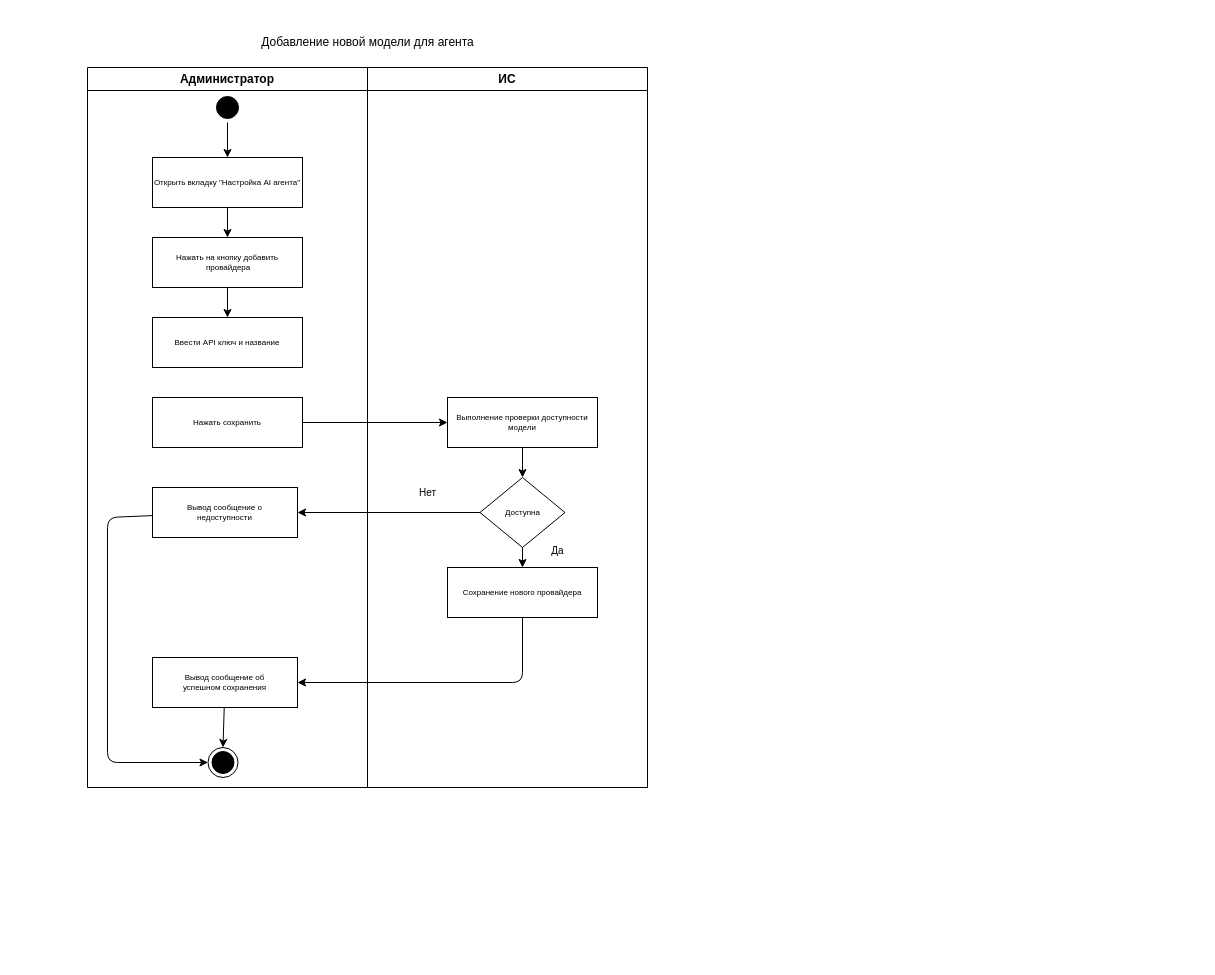
snowfallite/trpo keeps this draw.io diagram as activity.drawio. Above is the earlier version. Source tidied: cells renumbered, new cells numbered last; positions are measured from the earlier drawing's top-left corner, leaving out a move shared by most shapes. Both pictures are drawn from the tidied source at 100%, with x=0, y=0 at pixel (87, 27).
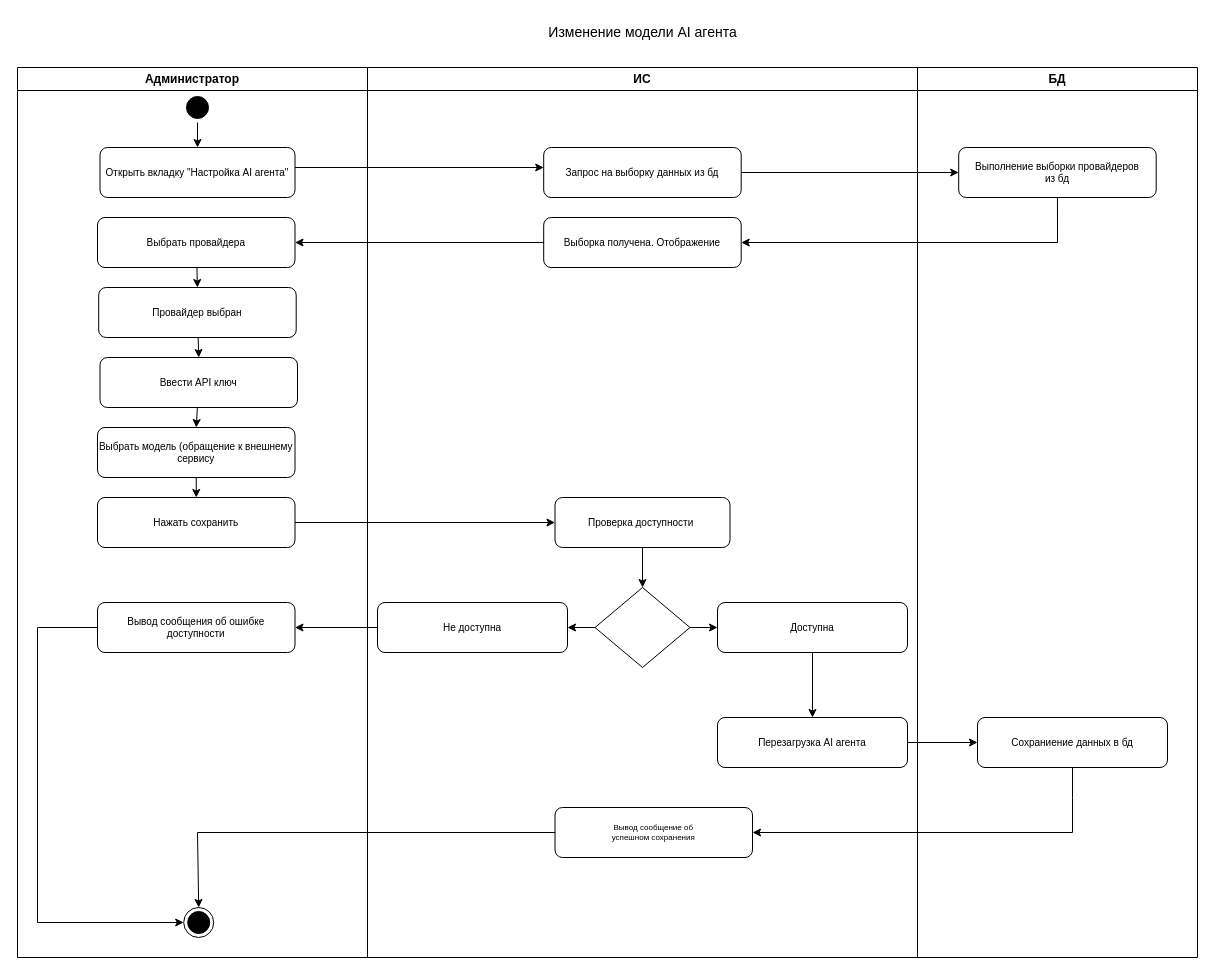
Above is the later version.

The edit, as a diff of the source:
```diff
@@
     <mxCell id="2" value="Администратор" style="swimlane;whiteSpace=wrap;" parent="1" vertex="1">
-      <mxGeometry y="40" width="280" height="720" as="geometry" />
+      <mxGeometry x="-70" y="40" width="350" height="890" as="geometry" />
     </mxCell>
-    <mxCell id="3" style="edgeStyle=none;html=1;exitX=0.5;exitY=1;exitDx=0;exitDy=0;entryX=0.5;entryY=0;entryDx=0;entryDy=0;" parent="2" edge="1" source="4" target="6">
-      <mxGeometry relative="1" as="geometry" />
+    <mxCell id="3" style="edgeStyle=none;html=1;exitX=0.5;exitY=1;exitDx=0;exitDy=0;entryX=0.5;entryY=0;entryDx=0;entryDy=0;" parent="2" edge="1" target="6">
+      <mxGeometry relative="1" as="geometry">
+        <mxPoint x="180" y="55" as="sourcePoint" />
+      </mxGeometry>
     </mxCell>
     <mxCell id="4" style="ellipse;shape=startState;fillColor=#000000;strokeColor=#000000;" parent="2" vertex="1">
-      <mxGeometry x="125" y="25" width="30" height="30" as="geometry" />
+      <mxGeometry x="165" y="25" width="30" height="30" as="geometry" />
     </mxCell>
-    <mxCell id="5" style="edgeStyle=none;html=1;exitX=0.5;exitY=1;exitDx=0;exitDy=0;entryX=0.5;entryY=0;entryDx=0;entryDy=0;" parent="2" edge="1" source="6" target="8">
-      <mxGeometry relative="1" as="geometry" />
-    </mxCell>
-    <mxCell id="6" value="Открыть вкладку &quot;Настройка AI агента&quot;" style="fontSize=8;" parent="2" vertex="1">
-      <mxGeometry x="65" y="90" width="150" height="50" as="geometry" />
+    <mxCell id="6" value="Открыть вкладку &quot;Настройка AI агента&quot;" style="fontSize=10;rounded=1;" parent="2" vertex="1">
+      <mxGeometry x="82.5" y="80" width="195" height="50" as="geometry" />
     </mxCell>
-    <mxCell id="7" style="edgeStyle=none;html=1;exitX=0.5;exitY=1;exitDx=0;exitDy=0;entryX=0.5;entryY=0;entryDx=0;entryDy=0;" parent="2" edge="1" source="8" target="9">
-      <mxGeometry relative="1" as="geometry" />
-    </mxCell>
+    <mxCell id="28" style="edgeStyle=none;html=1;entryX=0.5;entryY=0;entryDx=0;entryDy=0;" parent="2" edge="1" source="8" target="35">
+      <mxGeometry relative="1" as="geometry" />
+    </mxCell>
-    <mxCell id="8" value="Нажать на кнопку добавить&#10; провайдера" style="fontSize=8;" parent="2" vertex="1">
-      <mxGeometry x="65" y="170" width="150" height="50" as="geometry" />
+    <mxCell id="8" value="Выбрать провайдера" style="fontSize=10;rounded=1;" parent="2" vertex="1">
+      <mxGeometry x="80" y="150" width="197.5" height="50" as="geometry" />
     </mxCell>
+    <mxCell id="29" style="edgeStyle=none;html=1;entryX=0.5;entryY=0;entryDx=0;entryDy=0;" parent="2" edge="1" source="9" target="31">
+      <mxGeometry relative="1" as="geometry" />
+    </mxCell>
-    <mxCell id="9" value="Ввести API ключ и название" style="fontSize=8;" parent="2" vertex="1">
-      <mxGeometry x="65" y="250" width="150" height="50" as="geometry" />
+    <mxCell id="9" value="Ввести API ключ" style="fontSize=10;rounded=1;" parent="2" vertex="1">
+      <mxGeometry x="82.5" y="290" width="197.5" height="50" as="geometry" />
     </mxCell>
+    <mxCell id="12" style="ellipse;shape=endState;fillColor=#000000;strokeColor=#000000;" parent="2" vertex="1">
+      <mxGeometry x="166.2" y="840" width="30" height="30" as="geometry" />
+    </mxCell>
+    <mxCell id="30" style="edgeStyle=none;html=1;entryX=0.5;entryY=0;entryDx=0;entryDy=0;" parent="2" edge="1" source="31" target="13">
+      <mxGeometry relative="1" as="geometry" />
+    </mxCell>
+    <mxCell id="31" value="Выбрать модель (обращение к внешнему&#10;сервису" style="fontSize=10;rounded=1;" parent="2" vertex="1">
+      <mxGeometry x="80" y="360" width="197.5" height="50" as="geometry" />
+    </mxCell>
+    <mxCell id="13" value="Нажать сохранить" style="fontSize=10;rounded=1;" parent="2" vertex="1">
+      <mxGeometry x="80" y="430" width="197.5" height="50" as="geometry" />
+    </mxCell>
+    <mxCell id="32" style="edgeStyle=none;html=1;entryX=0;entryY=0.5;entryDx=0;entryDy=0;rounded=0;curved=0;" parent="2" edge="1" source="33" target="12">
+      <mxGeometry relative="1" as="geometry">
+        <Array as="points">
+          <mxPoint x="20" y="560" />
+          <mxPoint x="20" y="855" />
+        </Array>
+      </mxGeometry>
+    </mxCell>
+    <mxCell id="33" value="Вывод сообщения об ошибке&#10;доступности" style="fontSize=10;rounded=1;" parent="2" vertex="1">
+      <mxGeometry x="80" y="535" width="197.5" height="50" as="geometry" />
+    </mxCell>
+    <mxCell id="34" style="edgeStyle=none;html=1;entryX=0.5;entryY=0;entryDx=0;entryDy=0;" parent="2" edge="1" source="35" target="9">
+      <mxGeometry relative="1" as="geometry" />
+    </mxCell>
+    <mxCell id="35" value="Провайдер выбран" style="fontSize=10;rounded=1;" parent="2" vertex="1">
+      <mxGeometry x="81.2" y="220" width="197.5" height="50" as="geometry" />
+    </mxCell>
+    <mxCell id="16" value="БД" style="swimlane;whiteSpace=wrap;" parent="1" vertex="1">
+      <mxGeometry x="830" y="40" width="280" height="890" as="geometry" />
+    </mxCell>
+    <mxCell id="21" value="Сохраниение данных в бд" style="fontSize=10;rounded=1;" parent="16" vertex="1">
+      <mxGeometry x="60" y="650" width="190" height="50" as="geometry" />
+    </mxCell>
+    <mxCell id="36" value="Выполнение выборки провайдеров&#10;из бд" style="fontSize=10;rounded=1;" parent="16" vertex="1">
+      <mxGeometry x="41.2" y="80" width="197.5" height="50" as="geometry" />
+    </mxCell>
+    <mxCell id="23" value="&lt;font style=&quot;font-size: 14px;&quot;&gt;Изменение модели AI агента&lt;/font&gt;" style="text;html=1;align=center;verticalAlign=middle;strokeColor=none;fillColor=none;" parent="1" vertex="1">
+      <mxGeometry x="450" y="-10" width="210" height="30" as="geometry" />
+    </mxCell>
+    <mxCell id="37" value="ИС" style="swimlane;whiteSpace=wrap;" parent="1" vertex="1">
+      <mxGeometry x="280" y="40" width="550" height="890" as="geometry" />
+    </mxCell>
+    <mxCell id="38" style="edgeStyle=none;html=1;entryX=0.5;entryY=0;entryDx=0;entryDy=0;" parent="37" edge="1" source="39" target="42">
+      <mxGeometry relative="1" as="geometry" />
+    </mxCell>
+    <mxCell id="39" value="Проверка доступности " style="fontSize=10;rounded=1;" parent="37" vertex="1">
+      <mxGeometry x="187.5" y="430" width="175" height="50" as="geometry" />
+    </mxCell>
+    <mxCell id="40" style="edgeStyle=none;html=1;exitX=0;exitY=0.5;exitDx=0;exitDy=0;entryX=1;entryY=0.5;entryDx=0;entryDy=0;" parent="37" edge="1" source="42" target="44">
+      <mxGeometry relative="1" as="geometry" />
+    </mxCell>
+    <mxCell id="41" style="edgeStyle=none;html=1;entryX=0;entryY=0.5;entryDx=0;entryDy=0;" parent="37" edge="1" source="42" target="20">
+      <mxGeometry relative="1" as="geometry" />
+    </mxCell>
+    <mxCell id="42" style="rhombus;whiteSpace=wrap;html=1;" parent="37" vertex="1">
+      <mxGeometry x="227.5" y="520" width="95" height="80" as="geometry" />
+    </mxCell>
+    <mxCell id="43" style="edgeStyle=none;html=1;entryX=0.5;entryY=0;entryDx=0;entryDy=0;" parent="37" edge="1" source="20" target="45">
+      <mxGeometry relative="1" as="geometry" />
+    </mxCell>
+    <mxCell id="20" value="Доступна" style="fontSize=10;rounded=1;" parent="37" vertex="1">
+      <mxGeometry x="350" y="535" width="190" height="50" as="geometry" />
+    </mxCell>
+    <mxCell id="44" value="Не доступна" style="fontSize=10;rounded=1;" parent="37" vertex="1">
+      <mxGeometry x="10" y="535" width="190" height="50" as="geometry" />
+    </mxCell>
+    <mxCell id="45" value="Перезагрузка AI агента" style="fontSize=10;rounded=1;" parent="37" vertex="1">
+      <mxGeometry x="350" y="650" width="190" height="50" as="geometry" />
+    </mxCell>
-    <mxCell id="10" value="Вывод сообщение об&#10;успешном сохранения" style="fontSize=8;" parent="2" vertex="1">
-      <mxGeometry x="65" y="590" width="145" height="50" as="geometry" />
+    <mxCell id="10" value="Вывод сообщение об&#10;успешном сохранения" style="fontSize=8;rounded=1;" parent="37" vertex="1">
+      <mxGeometry x="187.5" y="740" width="197.5" height="50" as="geometry" />
     </mxCell>
+    <mxCell id="46" value="Запрос на выборку данных из бд" style="fontSize=10;rounded=1;" parent="37" vertex="1">
+      <mxGeometry x="176.2" y="80" width="197.5" height="50" as="geometry" />
+    </mxCell>
+    <mxCell id="47" value="Выборка получена. Отображение" style="fontSize=10;rounded=1;" parent="37" vertex="1">
+      <mxGeometry x="176.2" y="150" width="197.5" height="50" as="geometry" />
+    </mxCell>
+    <mxCell id="48" style="edgeStyle=none;html=1;entryX=0;entryY=0.5;entryDx=0;entryDy=0;" parent="37" edge="1">
+      <mxGeometry relative="1" as="geometry">
+        <mxPoint x="-72.5" y="100" as="sourcePoint" />
+        <mxPoint x="176.2" y="100" as="targetPoint" />
+      </mxGeometry>
+    </mxCell>
+    <mxCell id="49" style="edgeStyle=none;html=1;entryX=0;entryY=0.5;entryDx=0;entryDy=0;" parent="1" edge="1" source="13" target="39">
+      <mxGeometry relative="1" as="geometry" />
+    </mxCell>
+    <mxCell id="50" style="edgeStyle=none;html=1;entryX=1;entryY=0.5;entryDx=0;entryDy=0;" parent="1" edge="1" source="44" target="33">
+      <mxGeometry relative="1" as="geometry" />
+    </mxCell>
+    <mxCell id="51" style="edgeStyle=none;html=1;entryX=0;entryY=0.5;entryDx=0;entryDy=0;" parent="1" edge="1" source="45" target="21">
+      <mxGeometry relative="1" as="geometry" />
+    </mxCell>
-    <mxCell id="11" style="edgeStyle=none;html=1;entryX=0.5;entryY=0;entryDx=0;entryDy=0;" parent="2" edge="1" source="10" target="12">
-      <mxGeometry relative="1" as="geometry" />
+    <mxCell id="11" style="edgeStyle=none;html=1;entryX=0.5;entryY=0;entryDx=0;entryDy=0;rounded=0;curved=0;" parent="1" edge="1" source="10" target="12">
+      <mxGeometry relative="1" as="geometry">
+        <Array as="points">
+          <mxPoint x="110" y="805" />
+        </Array>
+      </mxGeometry>
     </mxCell>
-    <mxCell id="12" style="ellipse;shape=endState;fillColor=#000000;strokeColor=#000000;" parent="2" vertex="1">
-      <mxGeometry x="120.5" y="680" width="30" height="30" as="geometry" />
-    </mxCell>
-    <mxCell id="13" value="Нажать сохранить" style="fontSize=8;" parent="2" vertex="1">
-      <mxGeometry x="65" y="330" width="150" height="50" as="geometry" />
-    </mxCell>
-    <mxCell id="14" style="edgeStyle=none;html=1;entryX=0;entryY=0.5;entryDx=0;entryDy=0;" parent="2" edge="1" source="15" target="12">
-      <mxGeometry relative="1" as="geometry">
-        <Array as="points">
-          <mxPoint x="20" y="450" />
-          <mxPoint x="20" y="695" />
-        </Array>
-      </mxGeometry>
-    </mxCell>
-    <mxCell id="15" value="Вывод сообщение о&#10;недоступности" style="fontSize=8;" parent="2" vertex="1">
-      <mxGeometry x="65" y="420" width="145" height="50" as="geometry" />
-    </mxCell>
-    <mxCell id="16" value="ИС" style="swimlane;whiteSpace=wrap;" parent="1" vertex="1">
-      <mxGeometry x="280" y="40" width="280" height="720" as="geometry" />
-    </mxCell>
-    <mxCell id="17" style="edgeStyle=none;html=1;entryX=0.5;entryY=0;entryDx=0;entryDy=0;" parent="16" edge="1" source="18" target="20">
-      <mxGeometry relative="1" as="geometry" />
-    </mxCell>
-    <mxCell id="18" value="Выполнение проверки доступности&#10;модели" style="fontSize=8;" parent="16" vertex="1">
-      <mxGeometry x="80" y="330" width="150" height="50" as="geometry" />
-    </mxCell>
-    <mxCell id="19" style="edgeStyle=none;html=1;exitX=0.5;exitY=1;exitDx=0;exitDy=0;entryX=0.5;entryY=0;entryDx=0;entryDy=0;" parent="16" edge="1" source="20" target="21">
-      <mxGeometry relative="1" as="geometry" />
-    </mxCell>
-    <mxCell id="20" value="Доступна" style="rhombus;whiteSpace=wrap;html=1;fontSize=8;" parent="16" vertex="1">
-      <mxGeometry x="112.5" y="410" width="85" height="70" as="geometry" />
-    </mxCell>
-    <mxCell id="21" value="Сохранение нового провайдера" style="fontSize=8;" parent="16" vertex="1">
-      <mxGeometry x="80" y="500" width="150" height="50" as="geometry" />
-    </mxCell>
-    <mxCell id="22" value="Нет" style="text;html=1;align=center;verticalAlign=middle;strokeColor=none;fillColor=none;fontSize=10;" parent="16" vertex="1">
-      <mxGeometry x="40" y="410" width="40" height="30" as="geometry" />
-    </mxCell>
-    <mxCell id="23" value="Добавление новой модели для агента" style="text;html=1;align=center;verticalAlign=middle;strokeColor=none;fillColor=none;" parent="1" vertex="1">
-      <mxGeometry x="160" width="240" height="30" as="geometry" />
-    </mxCell>
-    <mxCell id="24" style="edgeStyle=none;html=1;exitX=1;exitY=0.5;exitDx=0;exitDy=0;entryX=0;entryY=0.5;entryDx=0;entryDy=0;" parent="1" edge="1" source="13" target="18">
-      <mxGeometry relative="1" as="geometry" />
-    </mxCell>
-    <mxCell id="25" style="edgeStyle=none;html=1;exitX=0.5;exitY=1;exitDx=0;exitDy=0;entryX=1;entryY=0.5;entryDx=0;entryDy=0;" parent="1" edge="1" source="21" target="10">
+    <mxCell id="25" style="edgeStyle=none;html=1;exitX=0.5;exitY=1;exitDx=0;exitDy=0;rounded=0;curved=0;entryX=1;entryY=0.5;entryDx=0;entryDy=0;" parent="1" edge="1" source="21" target="10">
       <mxGeometry relative="1" as="geometry">
         <Array as="points">
-          <mxPoint x="435" y="655" />
+          <mxPoint x="985" y="770" />
+          <mxPoint x="985" y="805" />
         </Array>
       </mxGeometry>
     </mxCell>
-    <mxCell id="26" style="edgeStyle=none;html=1;entryX=1;entryY=0.5;entryDx=0;entryDy=0;" parent="1" edge="1" source="20" target="15">
-      <mxGeometry relative="1" as="geometry" />
-    </mxCell>
-    <mxCell id="27" value="Да" style="text;html=1;align=center;verticalAlign=middle;strokeColor=none;fillColor=none;fontSize=10;" parent="1" vertex="1">
-      <mxGeometry x="450" y="508" width="40" height="30" as="geometry" />
-    </mxCell>
+    <mxCell id="52" style="edgeStyle=none;html=1;rounded=0;curved=0;entryX=1;entryY=0.5;entryDx=0;entryDy=0;" parent="1" edge="1" source="36" target="47">
+      <mxGeometry relative="1" as="geometry">
+        <Array as="points">
+          <mxPoint x="970" y="215" />
+        </Array>
+      </mxGeometry>
+    </mxCell>
+    <mxCell id="53" style="edgeStyle=none;html=1;entryX=0;entryY=0.5;entryDx=0;entryDy=0;" parent="1" edge="1" source="46" target="36">
+      <mxGeometry relative="1" as="geometry" />
+    </mxCell>
+    <mxCell id="54" style="edgeStyle=none;html=1;entryX=1;entryY=0.5;entryDx=0;entryDy=0;" parent="1" edge="1" source="47" target="8">
+      <mxGeometry relative="1" as="geometry" />
+    </mxCell>
```
